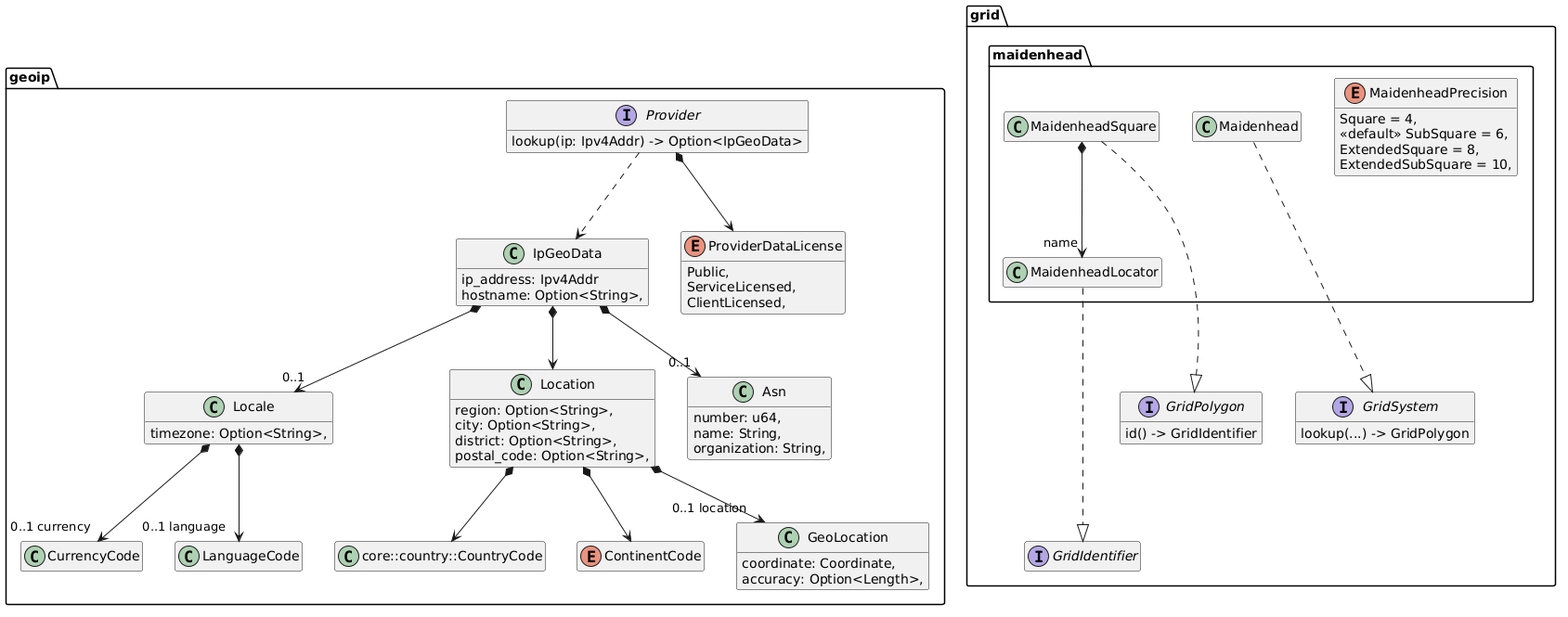
johnstonskj/rust-rfham keeps this PlantUML diagram as rust-rfham.github.io/src/images/geo-overview.png. Above is the earlier version.
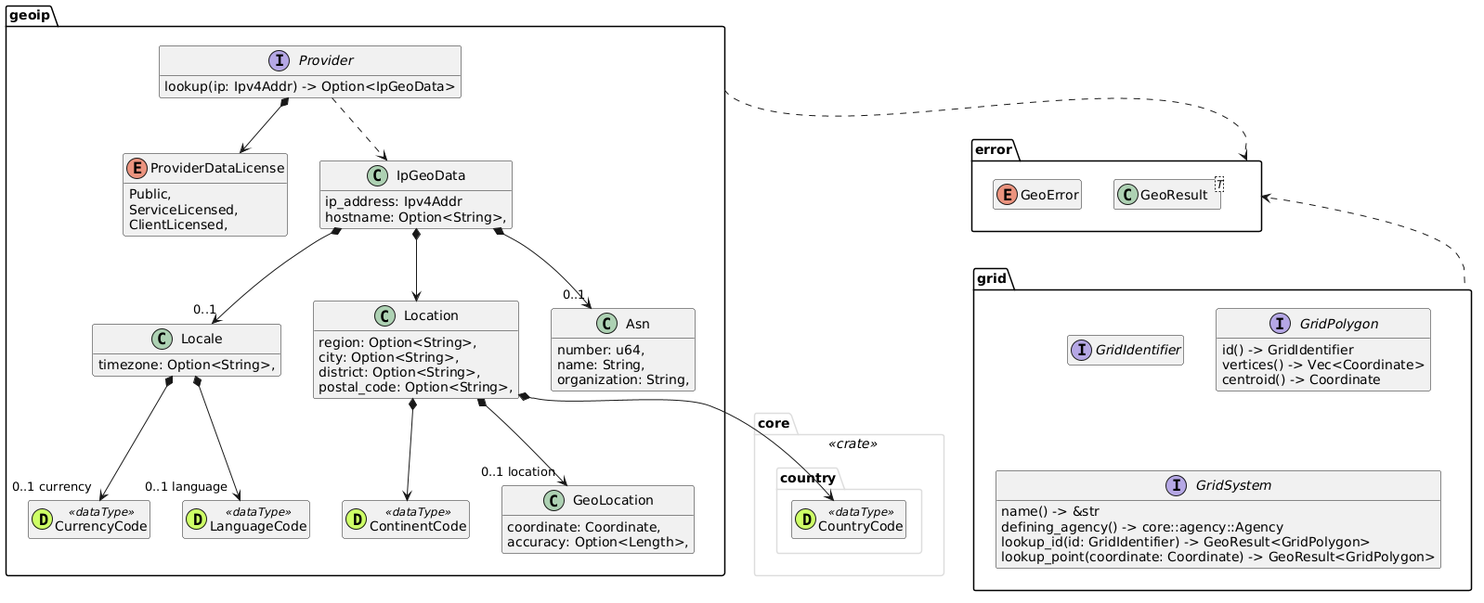
Above is the later version.

What changed in the source:
```diff
@@ -1,5 +1,25 @@
 @startuml
-hide empty members
+class DummyClass
+    hide DummyClass
+
+    hide empty members
+
+    skinparam PackageBorderColor<<crate>> #dddddd
+
+    skinparam PackageBorderColor<<imported>> #dddddd
+
+    hide <<imported>> stereotype
+
+    package core <<crate>> {
+        package country <<imported>> {
+            class CountryCode << (D, #ccff66) dataType>> {}
+        }
+    }
+
+    package error {
+        enum GeoError {}
+        class GeoResult<T> {}
+    }
 
     package geoip {
 
@@ -14,13 +34,11 @@
         }
         Provider *--> ProviderDataLicense
 
-        class "core::country::CountryCode" as CountryCode {}
+        enum ContinentCode << (D, #ccff66) dataType>> {}
 
-        enum ContinentCode {}
+        class CurrencyCode << (D, #ccff66) dataType>> {}
 
-        class CurrencyCode {}
-
-        class LanguageCode {}
+        class LanguageCode << (D, #ccff66) dataType>> {}
 
         class GeoLocation {
             coordinate: Coordinate,
@@ -60,33 +78,21 @@
 
 
     }
+    geoip .down.> error
 
     package grid {
         interface GridIdentifier {}
         interface GridPolygon {
             id() -> GridIdentifier
+            vertices() -> Vec<Coordinate>
+            centroid() -> Coordinate
         }
         interface GridSystem {
-            lookup(...) -> GridPolygon
-        }
-
-        package maidenhead {
-            class MaidenheadLocator {}
-            MaidenheadLocator ...|> GridIdentifier
-
-            class Maidenhead {}
-            Maidenhead ...|> GridSystem
-
-            class MaidenheadSquare {}
-            MaidenheadSquare ...|> GridPolygon
-            MaidenheadSquare *--> "name" MaidenheadLocator
-
-            enum MaidenheadPrecision {
-                Square = 4,
-                <<default>> SubSquare = 6,
-                ExtendedSquare = 8,
-                ExtendedSubSquare = 10,
-            }
+            name() -> &str
+            defining_agency() -> core::agency::Agency
+            lookup_id(id: GridIdentifier) -> GeoResult<GridPolygon>
+            lookup_point(coordinate: Coordinate) -> GeoResult<GridPolygon>
         }
     }
+    grid .up.> error
 @enduml
```
